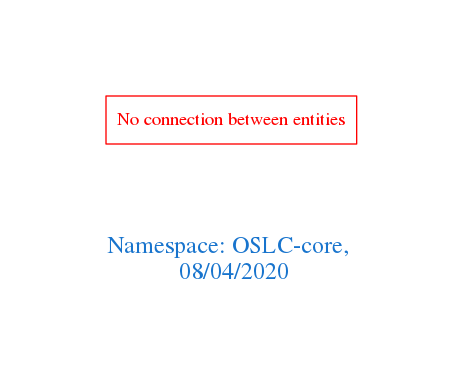
Before: downloads/OSLC-core.png, a diagram exported from Graphviz (arago/OGIT). Its source is kept beside it as downloads/OSLC-core.dot. Its diagram source:
```dot
digraph OGIT_ontology {
 graph [ rankdir= LR,pad=1
fontsize = 18,
fontcolor= dodgerblue3,label = "\n\n\nNamespace: OSLC-core, \n 08/04/2020"];
node[shape=polygon];
edge [  color="gray81"];

"No connection between entities" [fontcolor = "red",color="red", shape="polygon"]
}
```
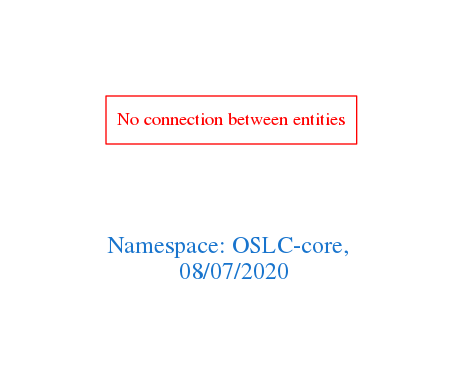
Above is the later version.

The edit, as a diff of the source:
```diff
@@ -1,7 +1,7 @@
 digraph OGIT_ontology {
  graph [ rankdir= LR,pad=1
 fontsize = 18,
-fontcolor= dodgerblue3,label = "\n\n\nNamespace: OSLC-core, \n 08/04/2020"];
+fontcolor= dodgerblue3,label = "\n\n\nNamespace: OSLC-core, \n 08/07/2020"];
 node[shape=polygon];
 edge [  color="gray81"];
 
```
